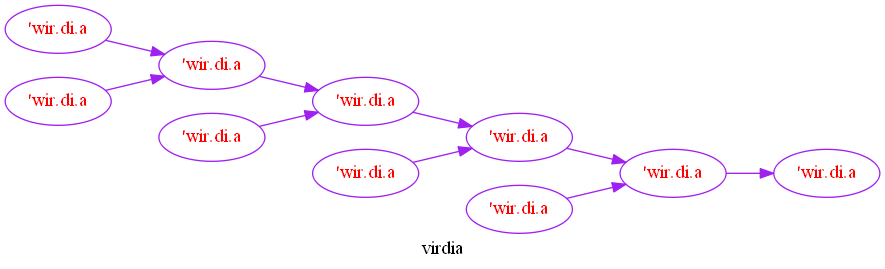
The Graphviz diagram graphe.png in MathieuDehouck/Language_Evolution, before a commit. Its source is kept beside it as graphe.dot.
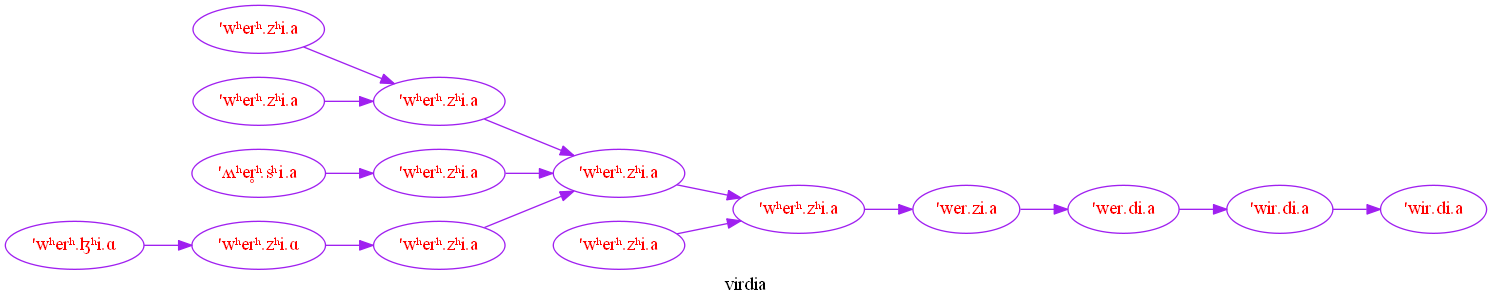
The same file after the commit.

Diff of the diagram source:
```diff
@@ -3,23 +3,33 @@
 graph[rankdir="LR"];
 node [style="filled", fillcolor = "white"];
 edge [style="solid", color="purple"];
-0 [label="'wir.di.a", fillcolor= white, color="purple",  fontcolor="red"];
-1 [label="'wir.di.a", fillcolor= white, color="purple",  fontcolor="red"];
-2 [label="'wir.di.a", fillcolor= white, color="purple",  fontcolor="red"];
+0 [label="'wʰerʰ.zʰi.a", fillcolor= white, color="purple",  fontcolor="red"];
+1 [label="'wer.zi.a", fillcolor= white, color="purple",  fontcolor="red"];
+2 [label="'wer.di.a", fillcolor= white, color="purple",  fontcolor="red"];
 3 [label="'wir.di.a", fillcolor= white, color="purple",  fontcolor="red"];
-4 [label="'wir.di.a", fillcolor= white, color="purple",  fontcolor="red"];
-5 [label="'wir.di.a", fillcolor= white, color="purple",  fontcolor="red"];
+4 [label="'wʰerʰ.zʰi.a", fillcolor= white, color="purple",  fontcolor="red"];
+5 [label="'wʰerʰ.zʰi.a", fillcolor= white, color="purple",  fontcolor="red"];
 6 [label="'wir.di.a", fillcolor= white, color="purple",  fontcolor="red"];
-7 [label="'wir.di.a", fillcolor= white, color="purple",  fontcolor="red"];
-8 [label="'wir.di.a", fillcolor= white, color="purple",  fontcolor="red"];
-9 [label="'wir.di.a", fillcolor= white, color="purple",  fontcolor="red"];
-0 -> 4;
-1 -> 0;
-2 -> 1;
-3 -> 2;
-5 -> 3;
-6 -> 3;
-7 -> 2;
-8 -> 1;
-9 -> 0;
+7 [label="'ʍʰer̥ʰ.sʰi.a", fillcolor= white, color="purple",  fontcolor="red"];
+8 [label="'wʰerʰ.zʰi.a", fillcolor= white, color="purple",  fontcolor="red"];
+9 [label="'wʰerʰ.zʰi.a", fillcolor= white, color="purple",  fontcolor="red"];
+10 [label="'wʰerʰ.zʰi.a", fillcolor= white, color="purple",  fontcolor="red"];
+11 [label="'wʰerʰ.ɮʰi.ɑ", fillcolor= white, color="purple",  fontcolor="red"];
+12 [label="'wʰerʰ.zʰi.ɑ", fillcolor= white, color="purple",  fontcolor="red"];
+13 [label="'wʰerʰ.zʰi.a", fillcolor= white, color="purple",  fontcolor="red"];
+14 [label="'wʰerʰ.zʰi.a", fillcolor= white, color="purple",  fontcolor="red"];
+0 -> 1;
+1 -> 2;
+2 -> 3;
+3 -> 6;
+4 -> 0;
+5 -> 4;
+7 -> 8;
+8 -> 4;
+9 -> 5;
+10 -> 5;
+11 -> 12;
+12 -> 13;
+13 -> 4;
+14 -> 0;
 }
```
